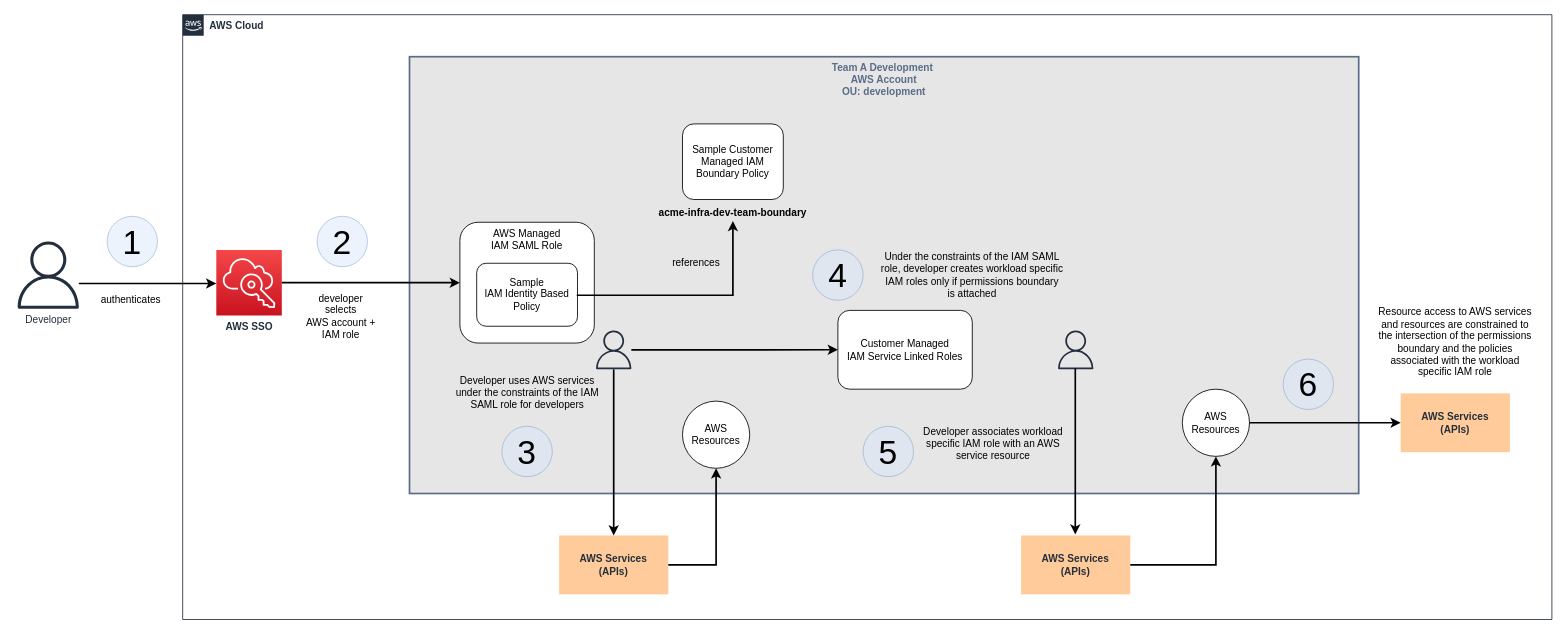
atimpone/aws-foundation-journey keeps this draw.io diagram as page "dev-team-access-usage" (10 of 10) of images/initial-foundation.drawio. Above is the earlier version. Source tidied: cells renumbered, new cells numbered last; positions are measured from the earlier drawing's top-left corner, leaving out a move shared by most shapes. Both pictures are drawn from the tidied source at 84%, with x=0, y=0 at pixel (14, 14).
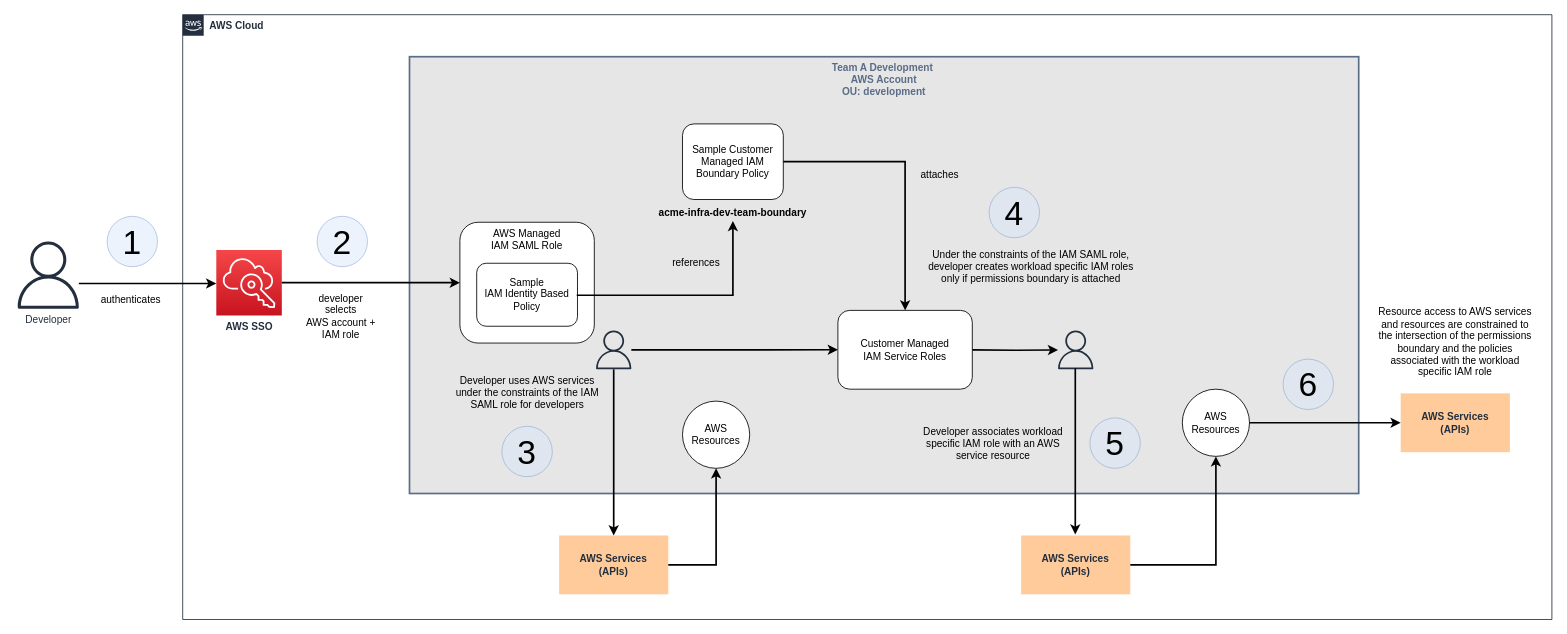
The same page after the edit.

Unchanged cells that the change refers to:
```xml
<mxCell id="11" value="Sample Customer Managed IAM Boundary Policy" style="rounded=1;whiteSpace=wrap;html=1;" parent="1" vertex="1">
  <mxGeometry x="795" y="130" width="120" height="90" as="geometry" />
</mxCell>
<mxCell id="29" style="outlineConnect=0;fontColor=#232F3E;gradientColor=none;fillColor=#232F3E;strokeColor=none;dashed=0;verticalLabelPosition=bottom;verticalAlign=top;align=center;html=1;fontSize=12;fontStyle=0;shape=mxgraph.aws4.user;labelBackgroundColor=none;" parent="1" vertex="1">
  <mxGeometry x="1240" y="376" width="46.2" height="46.2" as="geometry" />
</mxCell>
```

Diff of the diagram source:
```diff
@@
     <mxCell id="22" value="&lt;font style=&quot;font-size: 40px&quot;&gt;4&lt;/font&gt;" style="ellipse;whiteSpace=wrap;html=1;strokeColor=#6c8ebf;fillColor=#dae8fc;fontSize=19;opacity=50;" parent="1" vertex="1">
-      <mxGeometry x="950" y="280" width="60" height="60" as="geometry" />
+      <mxGeometry x="1160" y="205.5" width="60" height="60" as="geometry" />
     </mxCell>
@@
     <mxCell id="26" value="&lt;span style=&quot;font-weight: normal&quot;&gt;Under the constraints of the IAM SAML role, developer creates workload specific IAM roles only if permissions boundary is attached&lt;/span&gt;" style="text;html=1;strokeColor=none;fillColor=none;align=center;verticalAlign=middle;whiteSpace=wrap;rounded=0;fontStyle=1;" parent="1" vertex="1">
-      <mxGeometry x="1030" y="290" width="220" height="40" as="geometry" />
+      <mxGeometry x="1080" y="280" width="260" height="40" as="geometry" />
     </mxCell>
-    <mxCell id="27" value="Customer Managed&lt;br&gt;IAM Service Linked Roles" style="rounded=1;whiteSpace=wrap;html=1;verticalAlign=middle;" parent="1" vertex="1">
+    <mxCell id="27" value="Customer Managed&lt;br&gt;IAM Service Roles" style="rounded=1;whiteSpace=wrap;html=1;verticalAlign=middle;" parent="1" vertex="1">
       <mxGeometry x="980" y="352" width="160" height="93.8" as="geometry" />
     </mxCell>
@@
     <mxCell id="33" value="&lt;font style=&quot;font-size: 40px&quot;&gt;5&lt;/font&gt;" style="ellipse;whiteSpace=wrap;html=1;strokeColor=#6c8ebf;fillColor=#dae8fc;fontSize=19;opacity=50;" parent="1" vertex="1">
-      <mxGeometry x="1010" y="490" width="60" height="60" as="geometry" />
+      <mxGeometry x="1280" y="480" width="60" height="60" as="geometry" />
     </mxCell>
@@
+    <mxCell id="40" style="edgeStyle=orthogonalEdgeStyle;rounded=0;jettySize=auto;html=1;startArrow=none;startFill=0;strokeWidth=2;" parent="1" edge="1" target="29">
+      <mxGeometry relative="1" as="geometry">
+        <mxPoint x="1140" y="399" as="sourcePoint" />
+      </mxGeometry>
+    </mxCell>
+    <mxCell id="41" style="edgeStyle=orthogonalEdgeStyle;rounded=0;jettySize=auto;html=1;startArrow=none;startFill=0;strokeWidth=2;entryX=0.5;entryY=0;entryDx=0;entryDy=0;exitX=1;exitY=0.5;exitDx=0;exitDy=0;" parent="1" edge="1" source="11" target="27">
+      <mxGeometry relative="1" as="geometry">
+        <Array as="points">
+          <mxPoint x="1060" y="175" />
+        </Array>
+      </mxGeometry>
+    </mxCell>
+    <mxCell id="42" value="attaches" style="text;html=1;align=center;verticalAlign=middle;labelBackgroundColor=none;" parent="41" vertex="1">
+      <mxGeometry x="-0.19" y="55" relative="1" as="geometry">
+        <mxPoint x="55" y="70" as="offset" />
+      </mxGeometry>
+    </mxCell>
```
